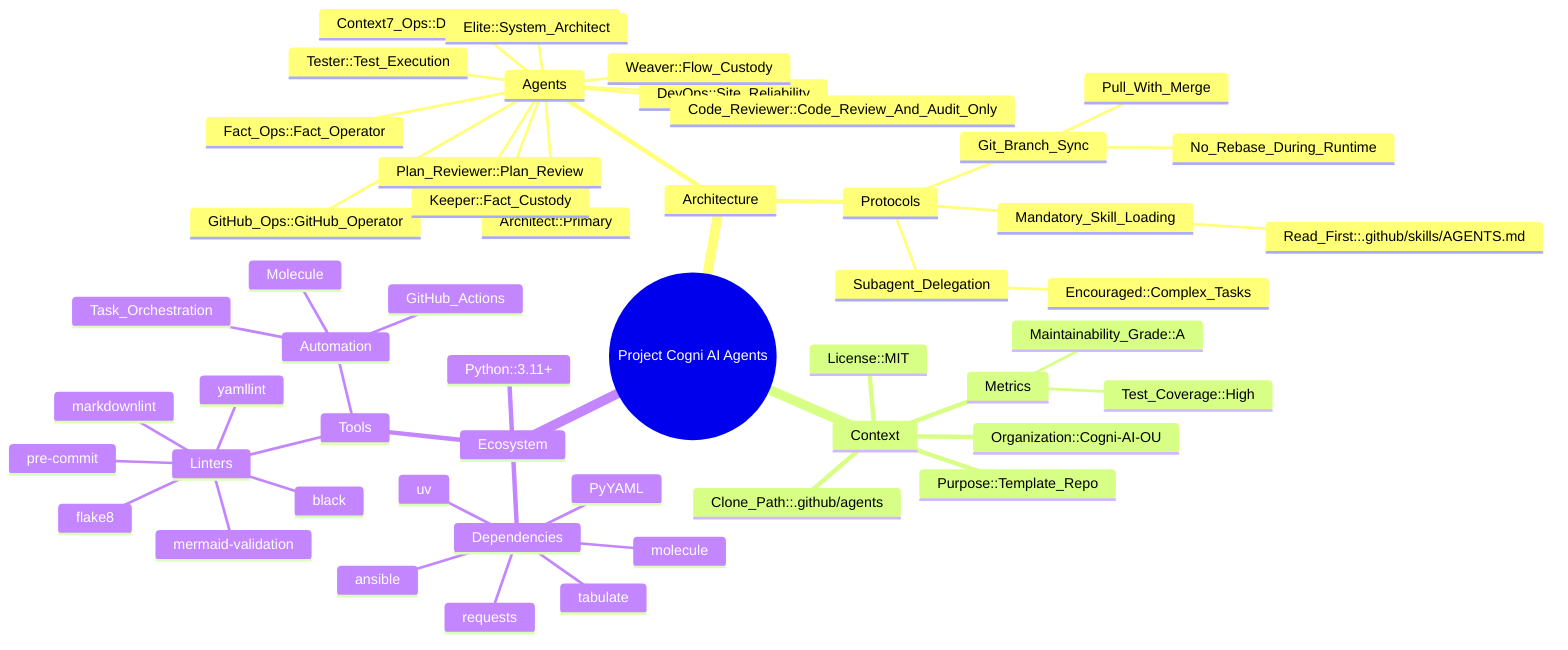
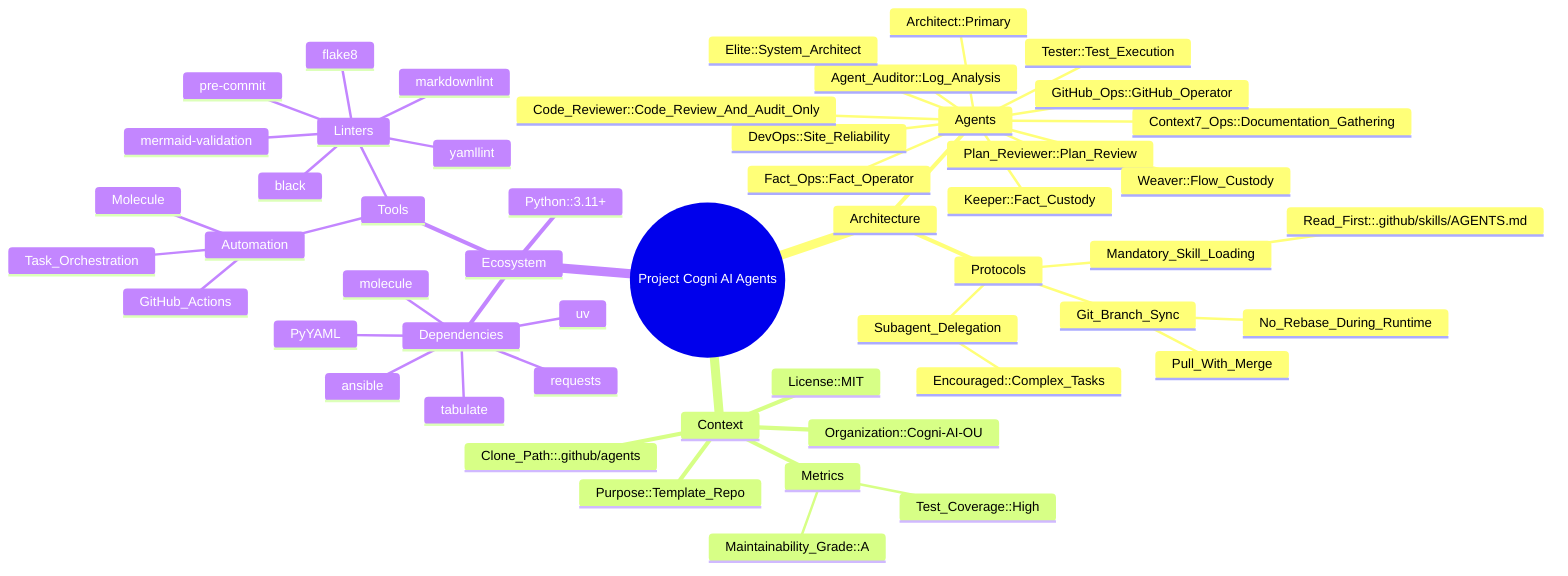
%% Project's facts
%% Note: Keep items in alphabetical order.
mindmap
  root((Project Cogni AI Agents))
    Architecture
      Agents
+         Agent_Auditor::Log_Analysis
        Architect::Primary
        Context7_Ops::Documentation_Gathering
        DevOps::Site_Reliability
        Elite::System_Architect
        Fact_Ops::Fact_Operator
        GitHub_Ops::GitHub_Operator
        Keeper::Fact_Custody
        Code_Reviewer::Code_Review_And_Audit_Only
        Plan_Reviewer::Plan_Review
        Tester::Test_Execution
        Weaver::Flow_Custody
      Protocols
        Git_Branch_Sync
          No_Rebase_During_Runtime
          Pull_With_Merge
        Mandatory_Skill_Loading
          Read_First::.github/skills/AGENTS.md
        Subagent_Delegation
          Encouraged::Complex_Tasks

    Context
      Clone_Path::.github/agents
      License::MIT
      Metrics
        Maintainability_Grade::A
        Test_Coverage::High
      Organization::Cogni-AI-OU
      Purpose::Template_Repo
    Ecosystem
      Dependencies
        PyYAML
        ansible
        molecule
        requests
        tabulate
        uv
      Python::3.11+
      Tools
        Automation
          GitHub_Actions
          Molecule
          Task_Orchestration
        Linters
          black
          flake8
          markdownlint
          mermaid-validation
          pre-commit
          yamllint
